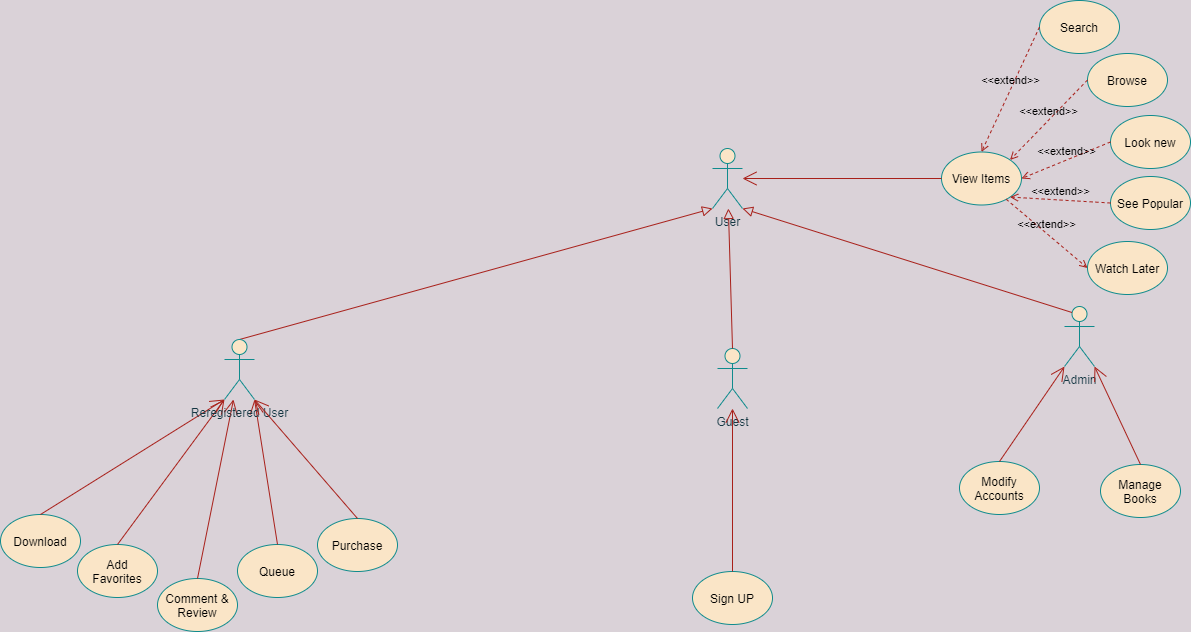
omgits0mar/Audio_Book_System-SAAD keeps this draw.io diagram as UseCase.drawio.png. Above is the earlier version. Source tidied: cells renumbered, new cells last; positions are measured from the earlier drawing's top-left corner, leaving out a move shared by most shapes.
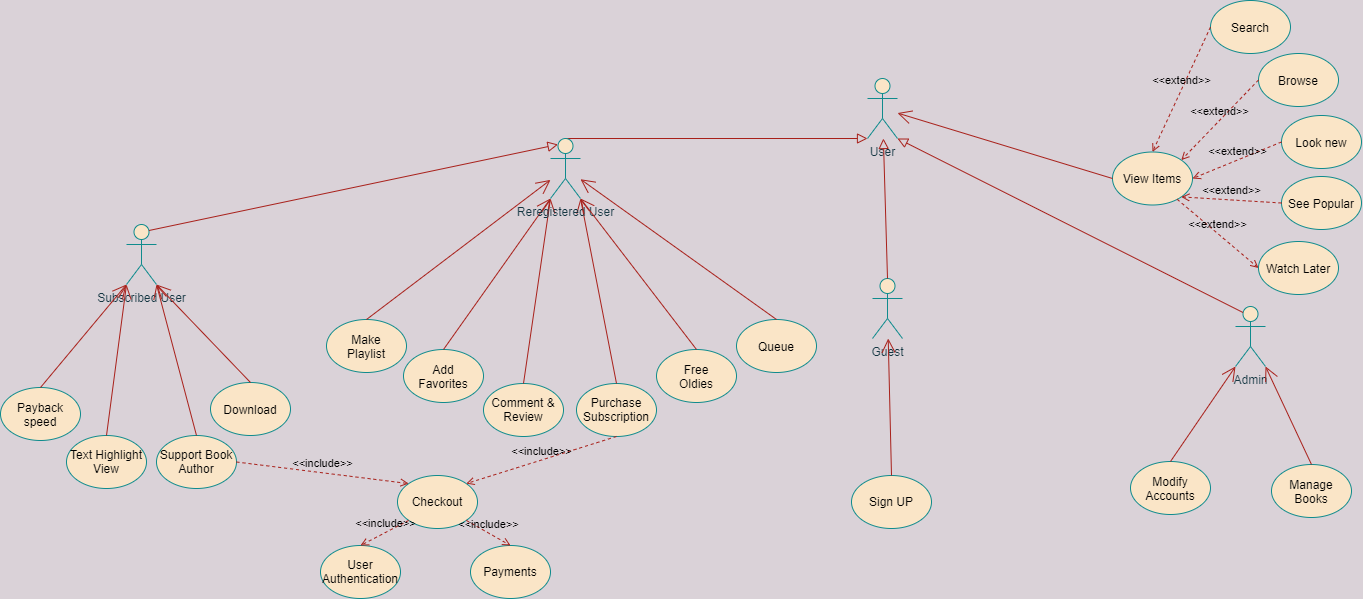
The same file after the commit.

The edit, as a diff of the source:
```diff
@@ -3,10 +3,10 @@
     <mxCell id="0" />
     <mxCell id="1" parent="0" />
     <mxCell id="2" value="User&lt;br&gt;" style="shape=umlActor;verticalLabelPosition=bottom;verticalAlign=top;html=1;outlineConnect=0;fillColor=#FAE5C7;strokeColor=#0F8B8D;fontColor=#143642;rounded=0;" parent="1" vertex="1">
-      <mxGeometry x="712" y="148" width="30" height="60" as="geometry" />
+      <mxGeometry x="696" y="78" width="30" height="60" as="geometry" />
     </mxCell>
     <mxCell id="3" value="Guest" style="shape=umlActor;verticalLabelPosition=bottom;verticalAlign=top;html=1;outlineConnect=0;fillColor=#FAE5C7;strokeColor=#0F8B8D;fontColor=#143642;rounded=0;" parent="1" vertex="1">
-      <mxGeometry x="717" y="348" width="30" height="60" as="geometry" />
+      <mxGeometry x="701" y="278" width="30" height="60" as="geometry" />
     </mxCell>
     <mxCell id="4" value="GeneralizationSet1" style="endArrow=block;rounded=0;align=center;verticalAlign=bottom;endFill=0;labelBackgroundColor=none;endSize=8;fontColor=none;strokeColor=#A8201A;fillColor=#FAE5C7;strokeWidth=1;noLabel=1;textOpacity=0;exitX=0.5;exitY=0;exitDx=0;exitDy=0;exitPerimeter=0;entryX=0;entryY=1;entryDx=0;entryDy=0;entryPerimeter=0;" parent="1" edge="1" source="23" target="2">
       <mxGeometry relative="1" as="geometry" />
@@ -29,20 +29,20 @@
     <mxCell id="10" style="html=1;align=center;verticalAlign=top;labelBackgroundColor=none;fontColor=#143642;strokeColor=#0F8B8D;fillColor=#FAE5C7;" parent="9" vertex="1">
       <mxGeometry relative="1" as="geometry" />
     </mxCell>
-    <mxCell id="11" value="Download" style="ellipse;whiteSpace=wrap;html=1;fontColor=none;strokeColor=#0F8B8D;fillColor=#FAE5C7;" parent="1" vertex="1">
-      <mxGeometry y="514" width="80" height="53" as="geometry" />
+    <mxCell id="11" value="Make&lt;br&gt;Playlist" style="ellipse;whiteSpace=wrap;html=1;fontColor=none;strokeColor=#0F8B8D;fillColor=#FAE5C7;" parent="1" vertex="1">
+      <mxGeometry x="155" y="319" width="80" height="53" as="geometry" />
     </mxCell>
-    <mxCell id="12" value="Queue" style="ellipse;whiteSpace=wrap;html=1;fontColor=none;strokeColor=#0F8B8D;fillColor=#FAE5C7;" parent="1" vertex="1">
-      <mxGeometry x="237" y="544" width="80" height="53" as="geometry" />
+    <mxCell id="12" value="Purchase&lt;br&gt;Subscription" style="ellipse;whiteSpace=wrap;html=1;fontColor=none;strokeColor=#0F8B8D;fillColor=#FAE5C7;" parent="1" vertex="1">
+      <mxGeometry x="405" y="383" width="80" height="53" as="geometry" />
     </mxCell>
     <mxCell id="13" value="Comment &amp;amp;&lt;br&gt;Review" style="ellipse;whiteSpace=wrap;html=1;fontColor=none;strokeColor=#0F8B8D;fillColor=#FAE5C7;" parent="1" vertex="1">
-      <mxGeometry x="157" y="578" width="80" height="53" as="geometry" />
+      <mxGeometry x="312" y="383" width="80" height="53" as="geometry" />
     </mxCell>
     <mxCell id="14" value="Add&lt;br&gt;Favorites" style="ellipse;whiteSpace=wrap;html=1;fontColor=none;strokeColor=#0F8B8D;fillColor=#FAE5C7;" parent="1" vertex="1">
-      <mxGeometry x="77" y="544" width="80" height="53" as="geometry" />
+      <mxGeometry x="232" y="349" width="80" height="53" as="geometry" />
     </mxCell>
     <mxCell id="15" value="Sign UP" style="ellipse;whiteSpace=wrap;html=1;fontColor=none;strokeColor=#0F8B8D;fillColor=#FAE5C7;" parent="1" vertex="1">
-      <mxGeometry x="692" y="571" width="80" height="53" as="geometry" />
+      <mxGeometry x="680" y="475" width="80" height="53" as="geometry" />
     </mxCell>
     <mxCell id="16" value="View Items" style="ellipse;whiteSpace=wrap;html=1;fontColor=none;strokeColor=#0F8B8D;fillColor=#FAE5C7;" parent="1" vertex="1">
       <mxGeometry x="941" y="151.5" width="80" height="53" as="geometry" />
@@ -56,17 +56,17 @@
     <mxCell id="19" style="endArrow=open;endFill=1;endSize=12;html=1;fontColor=none;strokeColor=#A8201A;strokeWidth=1;fillColor=#FAE5C7;exitX=0.5;exitY=0;exitDx=0;exitDy=0;" parent="1" edge="1" source="15" target="3">
       <mxGeometry relative="1" as="geometry" />
     </mxCell>
-    <mxCell id="20" style="endArrow=open;endFill=1;endSize=12;html=1;fontColor=none;strokeColor=#A8201A;strokeWidth=1;fillColor=#FAE5C7;exitX=0.5;exitY=0;exitDx=0;exitDy=0;" parent="1" edge="1" source="13" target="23">
+    <mxCell id="20" style="endArrow=open;endFill=1;endSize=12;html=1;fontColor=none;strokeColor=#A8201A;strokeWidth=1;fillColor=#FAE5C7;exitX=0.5;exitY=0;exitDx=0;exitDy=0;entryX=0;entryY=1;entryDx=0;entryDy=0;entryPerimeter=0;" parent="1" edge="1" source="13" target="23">
       <mxGeometry relative="1" as="geometry" />
     </mxCell>
     <mxCell id="21" style="endArrow=open;endFill=1;endSize=12;html=1;fontColor=none;strokeColor=#A8201A;strokeWidth=1;fillColor=#FAE5C7;exitX=0.5;exitY=0;exitDx=0;exitDy=0;entryX=1;entryY=1;entryDx=0;entryDy=0;entryPerimeter=0;" parent="1" edge="1" source="12" target="23">
       <mxGeometry relative="1" as="geometry" />
     </mxCell>
-    <mxCell id="22" style="endArrow=open;endFill=1;endSize=12;html=1;fontColor=none;strokeColor=#A8201A;strokeWidth=1;fillColor=#FAE5C7;exitX=0.5;exitY=0;exitDx=0;exitDy=0;entryX=0;entryY=1;entryDx=0;entryDy=0;entryPerimeter=0;" parent="1" edge="1" source="11" target="23">
+    <mxCell id="22" style="endArrow=open;endFill=1;endSize=12;html=1;fontColor=none;strokeColor=#A8201A;strokeWidth=1;fillColor=#FAE5C7;exitX=0.5;exitY=0;exitDx=0;exitDy=0;" parent="1" edge="1" source="11" target="23">
       <mxGeometry relative="1" as="geometry" />
     </mxCell>
     <mxCell id="23" value="Reregistered User" style="shape=umlActor;verticalLabelPosition=bottom;verticalAlign=top;html=1;outlineConnect=0;fillColor=#FAE5C7;strokeColor=#0F8B8D;fontColor=#143642;rounded=0;labelBorderColor=none;labelBackgroundColor=none;spacing=2;spacingBottom=0;" parent="1" vertex="1">
-      <mxGeometry x="224" y="339" width="30" height="60" as="geometry" />
+      <mxGeometry x="379" y="138" width="30" height="60" as="geometry" />
     </mxCell>
     <mxCell id="24" value="Browse" style="ellipse;whiteSpace=wrap;html=1;fontColor=none;strokeColor=#0F8B8D;fillColor=#FAE5C7;" parent="1" vertex="1">
       <mxGeometry x="1087" y="53" width="80" height="53" as="geometry" />
@@ -110,11 +110,71 @@
     <mxCell id="37" style="endArrow=open;endFill=1;endSize=12;html=1;fontColor=none;strokeColor=#A8201A;strokeWidth=1;fillColor=#FAE5C7;exitX=0.5;exitY=0;exitDx=0;exitDy=0;entryX=0;entryY=1;entryDx=0;entryDy=0;entryPerimeter=0;" parent="1" edge="1" source="35" target="8">
       <mxGeometry relative="1" as="geometry" />
     </mxCell>
-    <mxCell id="38" value="Purchase" style="ellipse;whiteSpace=wrap;html=1;fontColor=none;strokeColor=#0F8B8D;fillColor=#FAE5C7;" parent="1" vertex="1">
-      <mxGeometry x="317" y="518" width="80" height="53" as="geometry" />
+    <mxCell id="38" value="Free&lt;br&gt;Oldies" style="ellipse;whiteSpace=wrap;html=1;fontColor=none;strokeColor=#0F8B8D;fillColor=#FAE5C7;" parent="1" vertex="1">
+      <mxGeometry x="485" y="349" width="80" height="53" as="geometry" />
     </mxCell>
     <mxCell id="39" style="endArrow=open;endFill=1;endSize=12;html=1;fontColor=none;strokeColor=#A8201A;strokeWidth=1;fillColor=#FAE5C7;exitX=0.5;exitY=0;exitDx=0;exitDy=0;entryX=1;entryY=1;entryDx=0;entryDy=0;entryPerimeter=0;" parent="1" edge="1" source="38" target="23">
       <mxGeometry relative="1" as="geometry" />
     </mxCell>
+    <mxCell id="40" value="Text Highlight View" style="ellipse;whiteSpace=wrap;html=1;fontColor=none;strokeColor=#0F8B8D;fillColor=#FAE5C7;" parent="1" vertex="1">
+      <mxGeometry x="-105" y="435" width="80" height="53" as="geometry" />
+    </mxCell>
+    <mxCell id="41" value="Payback speed" style="ellipse;whiteSpace=wrap;html=1;fontColor=none;strokeColor=#0F8B8D;fillColor=#FAE5C7;" parent="1" vertex="1">
+      <mxGeometry x="-171" y="387" width="80" height="53" as="geometry" />
+    </mxCell>
+    <mxCell id="42" value="Queue" style="ellipse;whiteSpace=wrap;html=1;fontColor=none;strokeColor=#0F8B8D;fillColor=#FAE5C7;" parent="1" vertex="1">
+      <mxGeometry x="565" y="319" width="80" height="53" as="geometry" />
+    </mxCell>
+    <mxCell id="43" style="endArrow=open;endFill=1;endSize=12;html=1;fontColor=none;strokeColor=#A8201A;strokeWidth=1;fillColor=#FAE5C7;exitX=0.5;exitY=0;exitDx=0;exitDy=0;" parent="1" edge="1" source="42" target="23">
+      <mxGeometry relative="1" as="geometry" />
+    </mxCell>
+    <mxCell id="44" value="Subscribed User" style="shape=umlActor;verticalLabelPosition=bottom;verticalAlign=top;html=1;outlineConnect=0;fillColor=#FAE5C7;strokeColor=#0F8B8D;fontColor=#143642;rounded=0;labelBorderColor=none;labelBackgroundColor=none;spacing=2;spacingBottom=0;" parent="1" vertex="1">
+      <mxGeometry x="-45" y="224" width="30" height="60" as="geometry" />
+    </mxCell>
+    <mxCell id="45" value="Download" style="ellipse;whiteSpace=wrap;html=1;fontColor=none;strokeColor=#0F8B8D;fillColor=#FAE5C7;" parent="1" vertex="1">
+      <mxGeometry x="39" y="382" width="80" height="53" as="geometry" />
+    </mxCell>
+    <mxCell id="46" style="endArrow=open;endFill=1;endSize=12;html=1;fontColor=none;strokeColor=#A8201A;strokeWidth=1;fillColor=#FAE5C7;exitX=0.5;exitY=0;exitDx=0;exitDy=0;entryX=1;entryY=1;entryDx=0;entryDy=0;entryPerimeter=0;" parent="1" edge="1" source="45" target="44">
+      <mxGeometry relative="1" as="geometry" />
+    </mxCell>
+    <mxCell id="47" style="endArrow=open;endFill=1;endSize=12;html=1;fontColor=none;strokeColor=#A8201A;strokeWidth=1;fillColor=#FAE5C7;exitX=0.5;exitY=0;exitDx=0;exitDy=0;entryX=0;entryY=1;entryDx=0;entryDy=0;entryPerimeter=0;" parent="1" edge="1" source="40" target="44">
+      <mxGeometry relative="1" as="geometry" />
+    </mxCell>
+    <mxCell id="48" style="endArrow=open;endFill=1;endSize=12;html=1;fontColor=none;strokeColor=#A8201A;strokeWidth=1;fillColor=#FAE5C7;exitX=0.5;exitY=0;exitDx=0;exitDy=0;entryX=0;entryY=1;entryDx=0;entryDy=0;entryPerimeter=0;" parent="1" edge="1" source="41" target="44">
+      <mxGeometry relative="1" as="geometry" />
+    </mxCell>
+    <mxCell id="49" value="Support Book&lt;br&gt;Author" style="ellipse;whiteSpace=wrap;html=1;fontColor=none;strokeColor=#0F8B8D;fillColor=#FAE5C7;" parent="1" vertex="1">
+      <mxGeometry x="-15" y="435" width="80" height="53" as="geometry" />
+    </mxCell>
+    <mxCell id="50" style="endArrow=open;endFill=1;endSize=12;html=1;fontColor=none;strokeColor=#A8201A;strokeWidth=1;fillColor=#FAE5C7;exitX=0.5;exitY=0;exitDx=0;exitDy=0;entryX=1;entryY=1;entryDx=0;entryDy=0;entryPerimeter=0;" parent="1" edge="1" source="49" target="44">
+      <mxGeometry relative="1" as="geometry" />
+    </mxCell>
+    <mxCell id="51" value="GeneralizationSet1" style="endArrow=block;rounded=0;align=center;verticalAlign=bottom;endFill=0;labelBackgroundColor=none;endSize=8;fontColor=none;strokeColor=#A8201A;fillColor=#FAE5C7;strokeWidth=1;noLabel=1;textOpacity=0;exitX=0.75;exitY=0.1;exitDx=0;exitDy=0;exitPerimeter=0;entryX=0.25;entryY=0.1;entryDx=0;entryDy=0;entryPerimeter=0;" parent="1" edge="1" source="44" target="23">
+      <mxGeometry relative="1" as="geometry" />
+    </mxCell>
+    <mxCell id="52" style="html=1;align=center;verticalAlign=top;labelBackgroundColor=none;fontColor=#143642;strokeColor=#0F8B8D;fillColor=#FAE5C7;" parent="51" vertex="1">
+      <mxGeometry relative="1" as="geometry" />
+    </mxCell>
+    <mxCell id="53" value="Checkout" style="ellipse;whiteSpace=wrap;html=1;fontColor=none;strokeColor=#0F8B8D;fillColor=#FAE5C7;" parent="1" vertex="1">
+      <mxGeometry x="226" y="475" width="80" height="53" as="geometry" />
+    </mxCell>
+    <mxCell id="54" value="&amp;lt;&amp;lt;include&amp;gt;&amp;gt;" style="html=1;verticalAlign=bottom;labelBackgroundColor=none;endArrow=open;endFill=0;dashed=1;fontColor=none;strokeColor=#A8201A;strokeWidth=1;fillColor=#FAE5C7;exitX=1;exitY=0.5;exitDx=0;exitDy=0;entryX=0;entryY=0;entryDx=0;entryDy=0;" parent="1" edge="1" source="49" target="53">
+      <mxGeometry relative="1" as="geometry" />
+    </mxCell>
+    <mxCell id="55" value="&amp;lt;&amp;lt;include&amp;gt;&amp;gt;" style="html=1;verticalAlign=bottom;labelBackgroundColor=none;endArrow=open;endFill=0;dashed=1;fontColor=none;strokeColor=#A8201A;strokeWidth=1;fillColor=#FAE5C7;entryX=1;entryY=0;entryDx=0;entryDy=0;exitX=0.5;exitY=1;exitDx=0;exitDy=0;" parent="1" edge="1" source="12" target="53">
+      <mxGeometry relative="1" as="geometry" />
+    </mxCell>
+    <mxCell id="56" value="Payments" style="ellipse;whiteSpace=wrap;html=1;fontColor=none;strokeColor=#0F8B8D;fillColor=#FAE5C7;" parent="1" vertex="1">
+      <mxGeometry x="299" y="545" width="80" height="53" as="geometry" />
+    </mxCell>
+    <mxCell id="57" value="User&lt;br&gt;Authentication" style="ellipse;whiteSpace=wrap;html=1;fontColor=none;strokeColor=#0F8B8D;fillColor=#FAE5C7;" parent="1" vertex="1">
+      <mxGeometry x="149" y="545" width="80" height="53" as="geometry" />
+    </mxCell>
+    <mxCell id="58" value="&amp;lt;&amp;lt;include&amp;gt;&amp;gt;" style="html=1;verticalAlign=bottom;labelBackgroundColor=none;endArrow=open;endFill=0;dashed=1;fontColor=none;strokeColor=#A8201A;strokeWidth=1;fillColor=#FAE5C7;exitX=1;exitY=1;exitDx=0;exitDy=0;entryX=0.5;entryY=0;entryDx=0;entryDy=0;" parent="1" edge="1" source="53" target="56">
+      <mxGeometry relative="1" as="geometry" />
+    </mxCell>
+    <mxCell id="59" value="&amp;lt;&amp;lt;include&amp;gt;&amp;gt;" style="html=1;verticalAlign=bottom;labelBackgroundColor=none;endArrow=open;endFill=0;dashed=1;fontColor=none;strokeColor=#A8201A;strokeWidth=1;fillColor=#FAE5C7;exitX=0;exitY=1;exitDx=0;exitDy=0;entryX=0.5;entryY=0;entryDx=0;entryDy=0;" parent="1" edge="1" source="53" target="57">
+      <mxGeometry relative="1" as="geometry" />
+    </mxCell>
   </root>
 </mxGraphModel>
```
